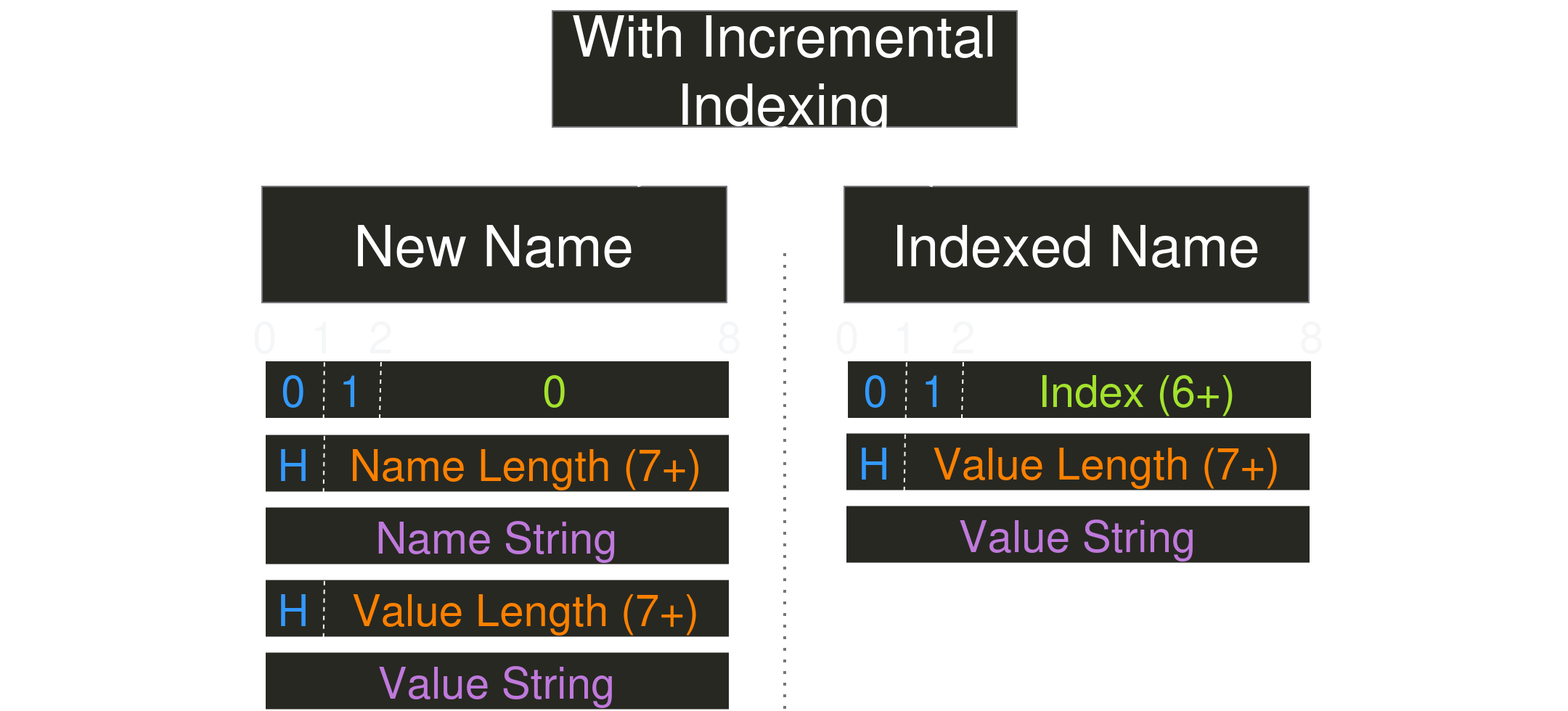
Earlier version of the draw.io export img/LFR_2.drawio.png (DarkSoulEater/Http2Presentation). Source tidied: cells renumbered, new cells last; positions are measured from the earlier drawing's top-left corner, leaving out a move shared by most shapes.
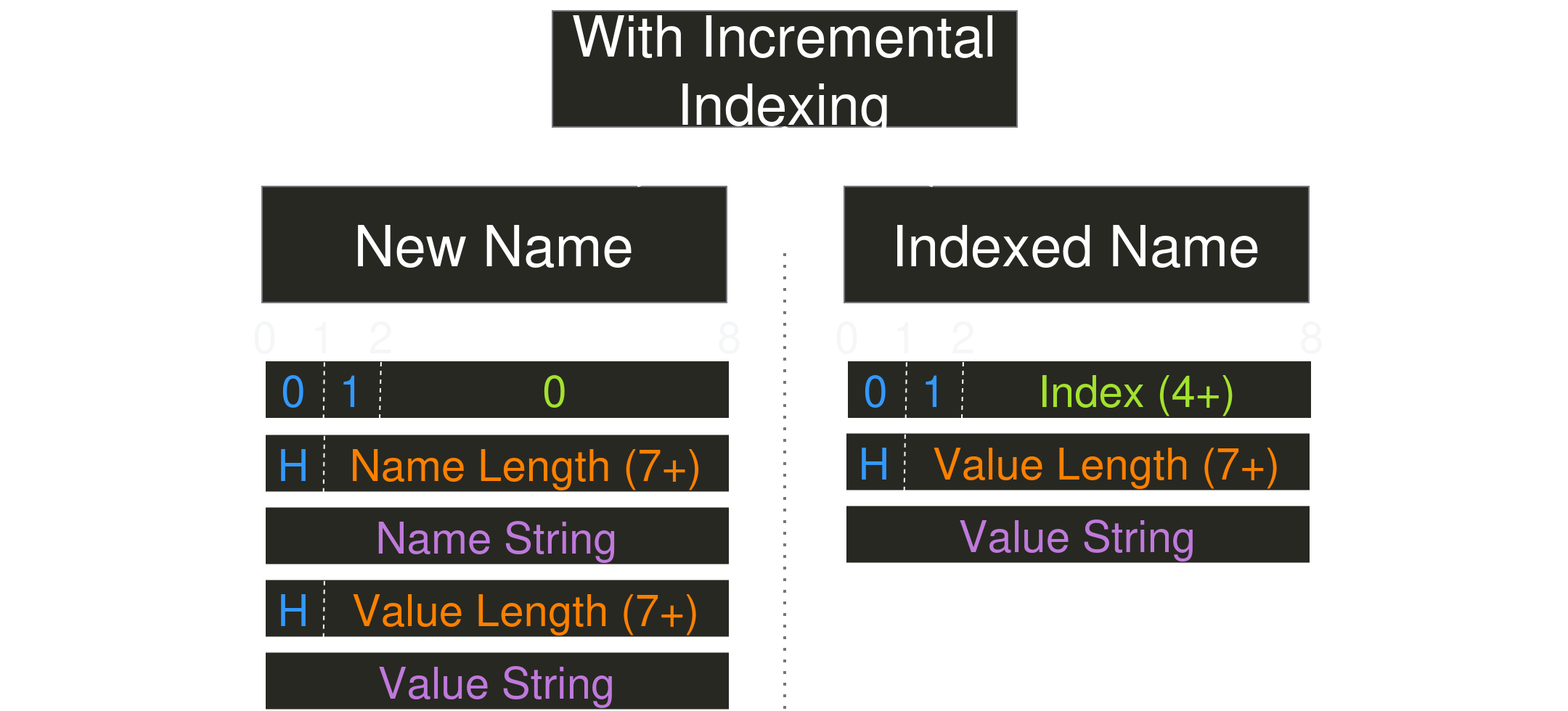
Above is the later version.

The edit, as a diff of the source:
```diff
@@ -92,7 +92,7 @@
     <mxCell id="30" value="0" style="text;html=1;align=center;verticalAlign=middle;whiteSpace=wrap;rounded=0;fontColor=light-dark(#000000, #3399ff);fontSize=30;" parent="1" vertex="1">
       <mxGeometry x="583" y="241" width="40" height="40" as="geometry" />
     </mxCell>
-    <mxCell id="31" value="Index (6+)" style="text;html=1;align=center;verticalAlign=middle;whiteSpace=wrap;rounded=0;fontColor=light-dark(#000000, #a3e22e);fontSize=30;" parent="1" vertex="1">
+    <mxCell id="31" value="Index (4+)" style="text;html=1;align=center;verticalAlign=middle;whiteSpace=wrap;rounded=0;fontColor=light-dark(#000000, #a3e22e);fontSize=30;" parent="1" vertex="1">
       <mxGeometry x="663" y="241" width="240" height="40" as="geometry" />
     </mxCell>
     <mxCell id="32" style="rounded=0;whiteSpace=wrap;html=1;fillStyle=solid;fillColor=light-dark(#eeeeee, #272822);strokeColor=light-dark(#000000,#FFFFFF);" parent="1" vertex="1">
```
